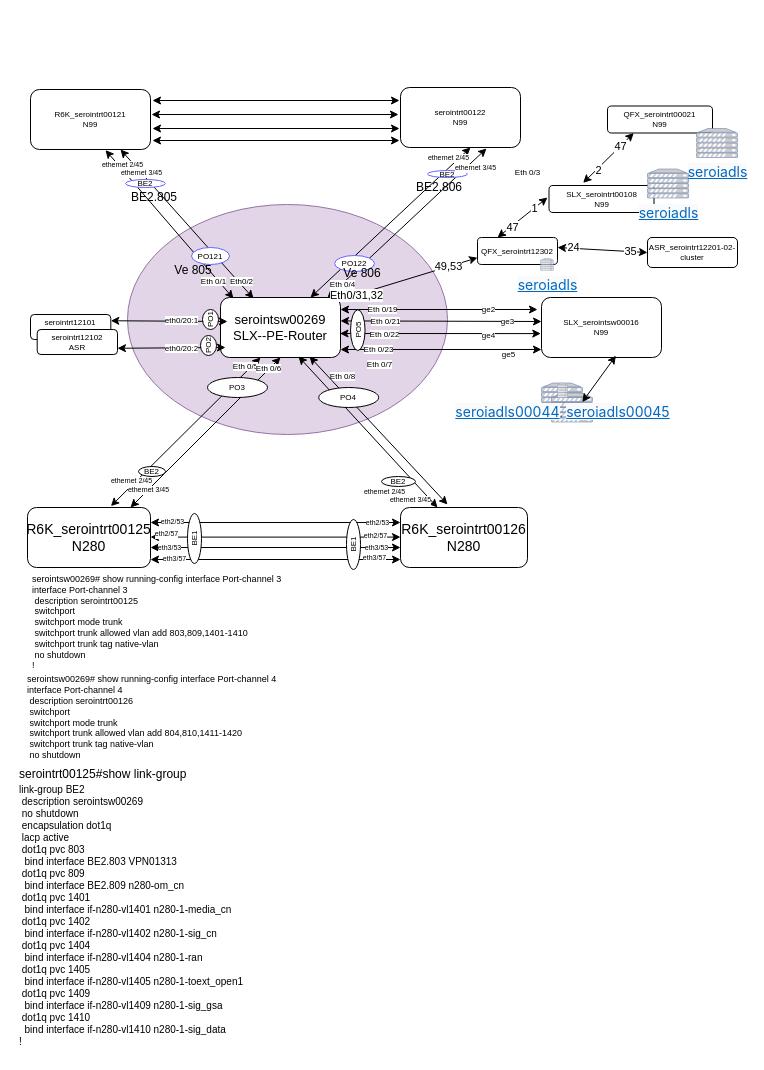
The draw.io diagram N99_N280EXMPLE.drawio in nabi69/python-random-quote, before the edit. Source tidied: cells renumbered, new cells numbered last; positions are measured from the earlier drawing's top-left corner, leaving out a move shared by most shapes. Both pictures are drawn from the tidied source at 100%, with x=0, y=0 at pixel (17, 87).
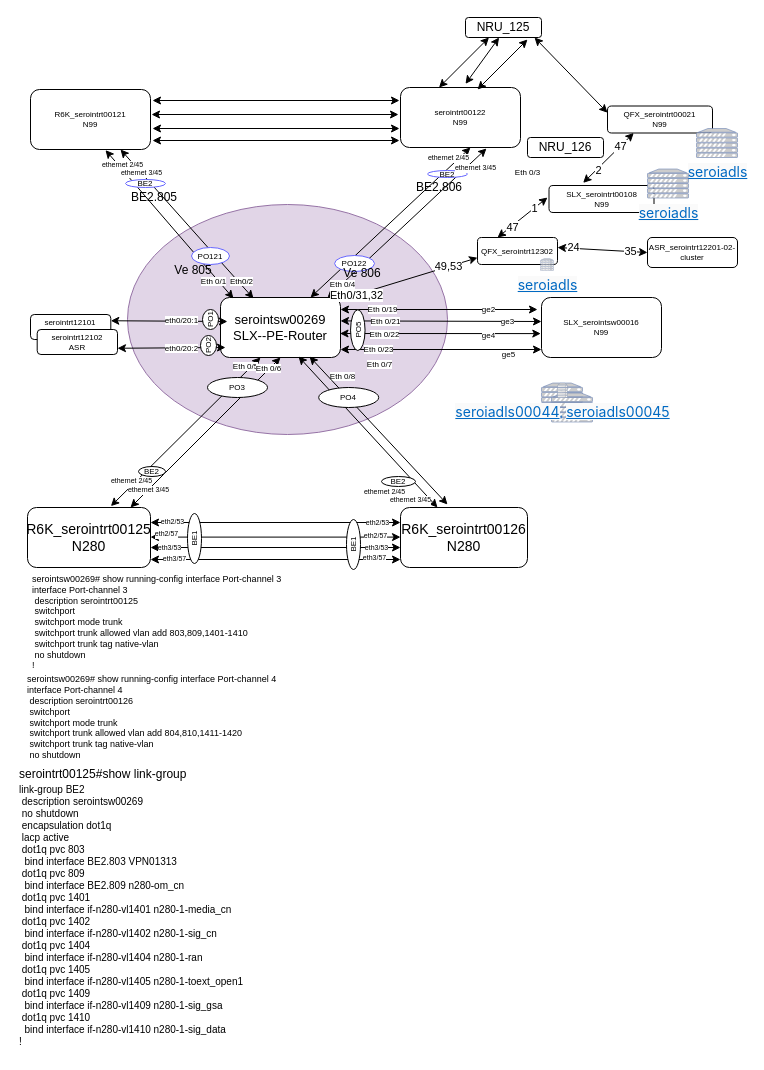
The same diagram, later.

The change refers to these unchanged cells:
```xml
<mxCell id="28" value="SLX_serointsw00016&lt;br style=&quot;font-size: 8px;&quot;&gt;N99" style="rounded=1;whiteSpace=wrap;html=1;fontSize=8;" parent="1" vertex="1">
  <mxGeometry x="524" y="210" width="120" height="60" as="geometry" />
</mxCell>
<mxCell id="85" style="fontColor=#0066CC;verticalAlign=top;verticalLabelPosition=bottom;labelPosition=center;align=center;html=1;outlineConnect=0;fillColor=#CCCCCC;strokeColor=#6881B3;gradientColor=none;gradientDirection=north;strokeWidth=2;shape=mxgraph.networks.server;" parent="1" vertex="1">
  <mxGeometry x="534" y="305.5" width="41" height="29" as="geometry" />
</mxCell>
<mxCell id="90" value="QFX_serointrt00021&lt;br style=&quot;font-size: 8px;&quot;&gt;N99" style="rounded=1;whiteSpace=wrap;html=1;fontSize=8;" parent="1" vertex="1">
  <mxGeometry x="590" y="18.5" width="105" height="27" as="geometry" />
</mxCell>
```

What changed in the source:
```diff
@@
-    <mxCell id="87" style="endArrow=classic;startArrow=classic;html=1;rounded=0;entryX=0.62;entryY=0.97;entryDx=0;entryDy=0;entryPerimeter=0;exitX=0.751;exitY=0.314;exitDx=0;exitDy=0;exitPerimeter=0;" parent="1" edge="1" source="85" target="28">
-      <mxGeometry relative="1" as="geometry" />
+    <mxCell id="87" style="endArrow=classic;startArrow=classic;html=1;rounded=0;entryX=0.62;entryY=0.97;entryDx=0;entryDy=0;entryPerimeter=0;exitX=0.751;exitY=0.314;exitDx=0;exitDy=0;exitPerimeter=0;" parent="1" edge="1">
+      <mxGeometry relative="1" as="geometry">
+        <mxPoint x="448" y="-3.6" as="sourcePoint" />
+        <mxPoint x="481.6" y="-50" as="targetPoint" />
+      </mxGeometry>
     </mxCell>
@@
+    <mxCell id="111" value="NRU_125" style="rounded=1;whiteSpace=wrap;html=1;" parent="1" vertex="1">
+      <mxGeometry x="448" y="-70" width="76" height="20" as="geometry" />
+    </mxCell>
+    <mxCell id="112" value="NRU_126" style="rounded=1;whiteSpace=wrap;html=1;" parent="1" vertex="1">
+      <mxGeometry x="510" y="50" width="76" height="20" as="geometry" />
+    </mxCell>
+    <mxCell id="113" style="endArrow=classic;startArrow=classic;html=1;rounded=0;" parent="1" edge="1">
+      <mxGeometry relative="1" as="geometry">
+        <mxPoint x="460" y="2" as="sourcePoint" />
+        <mxPoint x="510" y="-48" as="targetPoint" />
+      </mxGeometry>
+    </mxCell>
+    <mxCell id="114" style="endArrow=classic;startArrow=classic;html=1;rounded=0;" parent="1" edge="1">
+      <mxGeometry relative="1" as="geometry">
+        <mxPoint x="421.5" as="sourcePoint" />
+        <mxPoint x="471.5" y="-50" as="targetPoint" />
+      </mxGeometry>
+    </mxCell>
+    <mxCell id="115" style="endArrow=classic;startArrow=classic;html=1;rounded=0;exitX=0;exitY=0.25;exitDx=0;exitDy=0;entryX=0.908;entryY=1;entryDx=0;entryDy=0;entryPerimeter=0;" parent="1" edge="1" source="90" target="111">
+      <mxGeometry relative="1" as="geometry" />
+    </mxCell>
```
